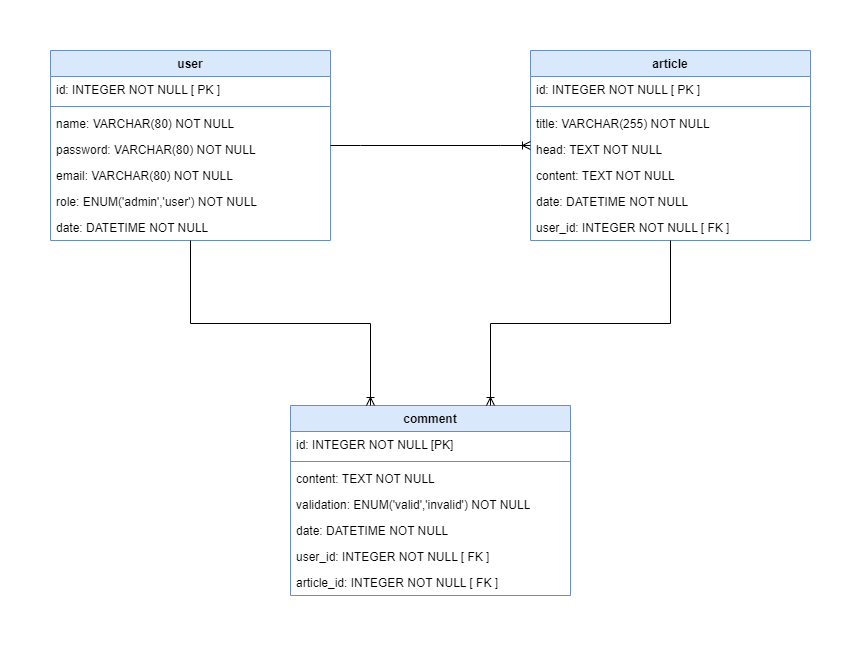
Earlier version of the draw.io export public/UML/MPD.png (lau-last/framework-php). Source tidied: cells renumbered, new cells last; positions are measured from the earlier drawing's top-left corner, leaving out a move shared by most shapes.
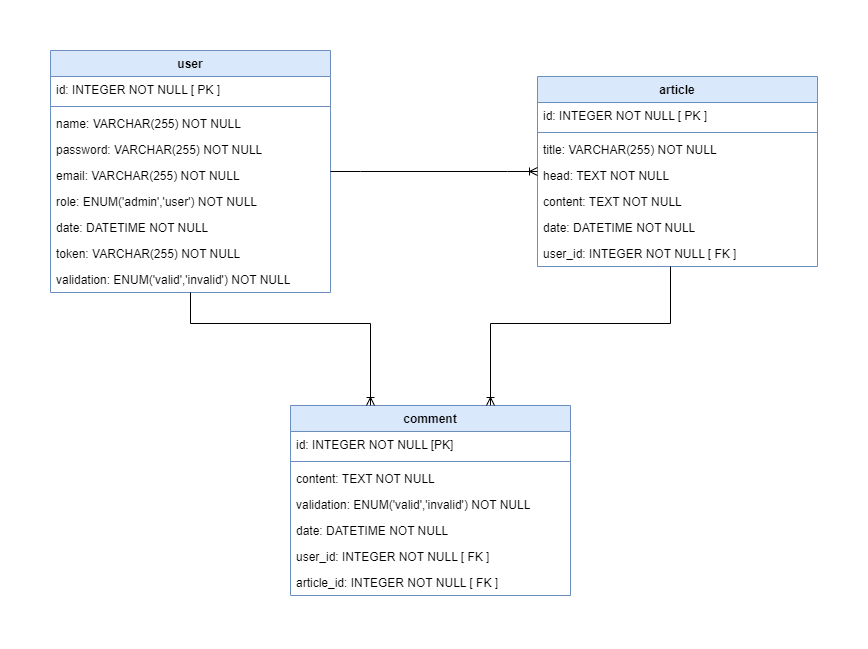
After the commit.

Commit message:
sql with data, diagrams update, readme ok

What changed in the source:
```diff
@@ -3,7 +3,7 @@
     <mxCell id="0" />
     <mxCell id="1" parent="0" />
     <mxCell id="2" value="user" style="swimlane;fontStyle=1;align=center;verticalAlign=top;horizontal=1;startSize=26;whiteSpace=wrap;html=1;fillColor=#dae8fc;strokeColor=#6c8ebf;" parent="1" vertex="1">
-      <mxGeometry width="280" height="190" as="geometry" />
+      <mxGeometry width="280" height="242" as="geometry" />
     </mxCell>
     <mxCell id="3" value="id: INTEGER NOT NULL [ PK ]" style="text;strokeColor=none;fillColor=none;align=left;verticalAlign=top;spacingLeft=4;spacingRight=4;overflow=hidden;whiteSpace=wrap;html=1;" parent="2" vertex="1">
       <mxGeometry y="26" width="280" height="26" as="geometry" />
@@ -11,23 +11,29 @@
     <mxCell id="4" style="line;strokeWidth=1;fillColor=none;align=left;verticalAlign=middle;spacingTop=-1;spacingLeft=3;spacingRight=3;labelPosition=right;strokeColor=inherit;" parent="2" vertex="1">
       <mxGeometry y="52" width="280" height="8" as="geometry" />
     </mxCell>
-    <mxCell id="5" value="name: VARCHAR(80) NOT NULL" style="text;strokeColor=none;fillColor=none;align=left;verticalAlign=top;spacingLeft=4;spacingRight=4;overflow=hidden;whiteSpace=wrap;html=1;" parent="2" vertex="1">
+    <mxCell id="5" value="name: VARCHAR(255) NOT NULL" style="text;strokeColor=none;fillColor=none;align=left;verticalAlign=top;spacingLeft=4;spacingRight=4;overflow=hidden;whiteSpace=wrap;html=1;" parent="2" vertex="1">
       <mxGeometry y="60" width="280" height="26" as="geometry" />
     </mxCell>
-    <mxCell id="6" value="password: VARCHAR(80) NOT NULL" style="text;strokeColor=none;fillColor=none;align=left;verticalAlign=top;spacingLeft=4;spacingRight=4;overflow=hidden;whiteSpace=wrap;html=1;" parent="2" vertex="1">
+    <mxCell id="6" value="password: VARCHAR(255) NOT NULL" style="text;strokeColor=none;fillColor=none;align=left;verticalAlign=top;spacingLeft=4;spacingRight=4;overflow=hidden;whiteSpace=wrap;html=1;" parent="2" vertex="1">
       <mxGeometry y="86" width="280" height="26" as="geometry" />
     </mxCell>
-    <mxCell id="7" value="email: VARCHAR(80) NOT NULL&amp;nbsp;" style="text;strokeColor=none;fillColor=none;align=left;verticalAlign=top;spacingLeft=4;spacingRight=4;overflow=hidden;whiteSpace=wrap;html=1;" parent="2" vertex="1">
+    <mxCell id="7" value="email: VARCHAR(255) NOT NULL&amp;nbsp;" style="text;strokeColor=none;fillColor=none;align=left;verticalAlign=top;spacingLeft=4;spacingRight=4;overflow=hidden;whiteSpace=wrap;html=1;" parent="2" vertex="1">
       <mxGeometry y="112" width="280" height="26" as="geometry" />
     </mxCell>
     <mxCell id="8" value="role: ENUM('admin','user') NOT NULL" style="text;strokeColor=none;fillColor=none;align=left;verticalAlign=top;spacingLeft=4;spacingRight=4;overflow=hidden;whiteSpace=wrap;html=1;" parent="2" vertex="1">
       <mxGeometry y="138" width="280" height="26" as="geometry" />
     </mxCell>
+    <mxCell id="29" value="date: DATETIME NOT NULL" style="text;strokeColor=none;fillColor=none;align=left;verticalAlign=top;spacingLeft=4;spacingRight=4;overflow=hidden;whiteSpace=wrap;html=1;" parent="2" vertex="1">
+      <mxGeometry y="164" width="280" height="26" as="geometry" />
+    </mxCell>
-    <mxCell id="9" value="date: DATETIME NOT NULL" style="text;strokeColor=none;fillColor=none;align=left;verticalAlign=top;spacingLeft=4;spacingRight=4;overflow=hidden;whiteSpace=wrap;html=1;" parent="2" vertex="1">
-      <mxGeometry y="164" width="280" height="26" as="geometry" />
+    <mxCell id="9" value="token: VARCHAR(255) NOT NULL" style="text;strokeColor=none;fillColor=none;align=left;verticalAlign=top;spacingLeft=4;spacingRight=4;overflow=hidden;whiteSpace=wrap;html=1;" parent="2" vertex="1">
+      <mxGeometry y="190" width="280" height="26" as="geometry" />
     </mxCell>
+    <mxCell id="30" value="validation: ENUM('valid','invalid') NOT NULL" style="text;strokeColor=none;fillColor=none;align=left;verticalAlign=top;spacingLeft=4;spacingRight=4;overflow=hidden;whiteSpace=wrap;html=1;" parent="2" vertex="1">
+      <mxGeometry y="216" width="280" height="26" as="geometry" />
+    </mxCell>
     <mxCell id="10" value="article" style="swimlane;fontStyle=1;align=center;verticalAlign=top;horizontal=1;startSize=26;whiteSpace=wrap;html=1;fillColor=#dae8fc;strokeColor=#6c8ebf;" parent="1" vertex="1">
-      <mxGeometry x="480" width="280" height="190" as="geometry" />
+      <mxGeometry x="487" y="26" width="280" height="190" as="geometry" />
     </mxCell>
     <mxCell id="11" value="id: INTEGER NOT NULL [ PK ]" style="text;strokeColor=none;fillColor=none;align=left;verticalAlign=top;spacingLeft=4;spacingRight=4;overflow=hidden;whiteSpace=wrap;html=1;" parent="10" vertex="1">
       <mxGeometry y="26" width="280" height="26" as="geometry" />
```
